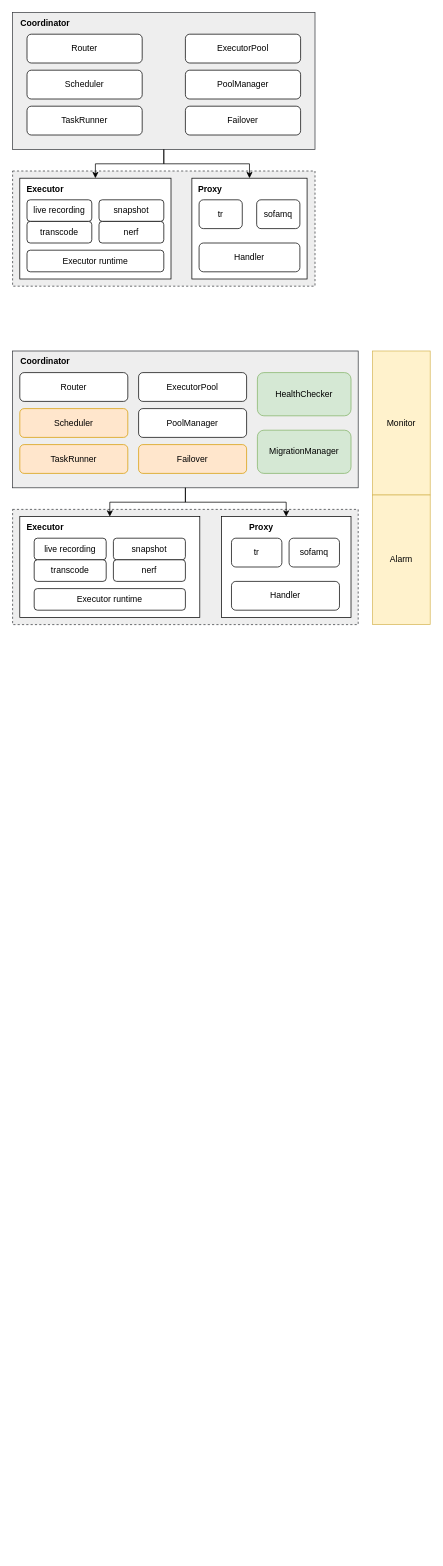
The draw.io diagram page "stream engine structure" (4 of 4) of graphs/streaming_engine_framework.drawio in zhongchun/daily, before the edit. Source tidied: cells renumbered, new cells numbered last; positions are measured from the earlier drawing's top-left corner, leaving out a move shared by most shapes. Both pictures are drawn from the tidied source at 72%, with x=0, y=0 at pixel (12, 12).
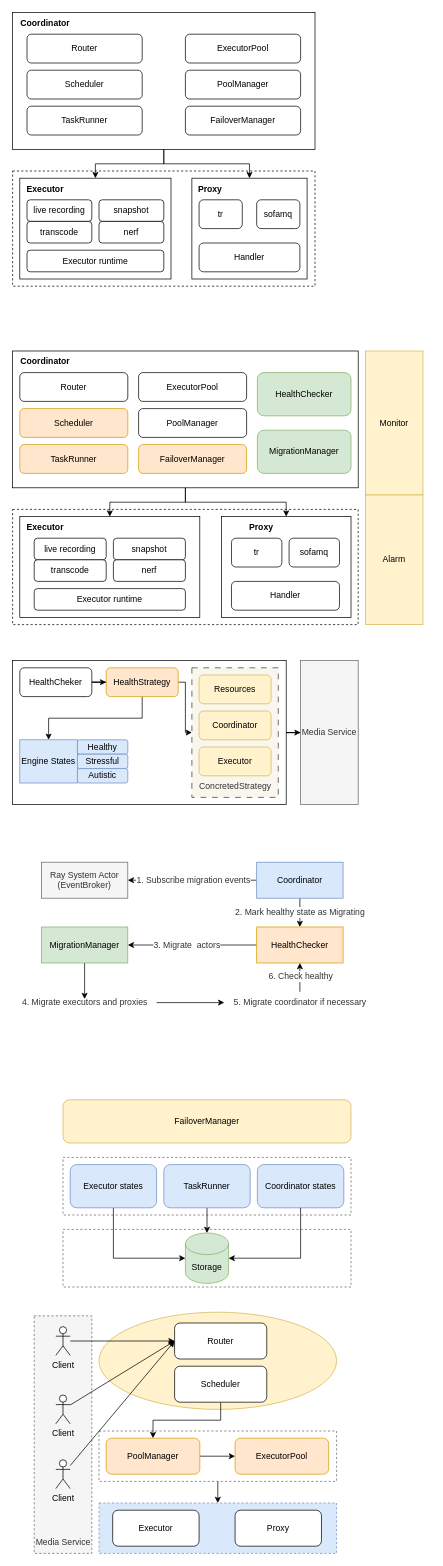
The same diagram, later.

What changed in the source:
```diff
@@
+    <mxCell id="52" style="rounded=0;whiteSpace=wrap;html=1;align=center;verticalAlign=middle;fontFamily=Helvetica;fontSize=12;fillColor=#f5f5f5;dashed=1;fontColor=#333333;strokeColor=#666666;" parent="1" vertex="1">
+      <mxGeometry x="30" y="1810" width="80" height="330" as="geometry" />
+    </mxCell>
+    <mxCell id="53" style="rounded=0;jettySize=auto;html=1;fontFamily=Helvetica;fontSize=12;fontColor=#333333;entryX=0.5;entryY=0;entryDx=0;entryDy=0;" parent="1" edge="1" source="54" target="55">
+      <mxGeometry relative="1" as="geometry" />
+    </mxCell>
+    <mxCell id="54" style="rounded=0;whiteSpace=wrap;html=1;strokeColor=#666666;align=center;verticalAlign=middle;fontFamily=Helvetica;fontSize=12;fontColor=#333333;fillColor=none;dashed=1;" parent="1" vertex="1">
+      <mxGeometry x="120" y="1970" width="330" height="70" as="geometry" />
+    </mxCell>
+    <mxCell id="55" style="rounded=0;whiteSpace=wrap;html=1;strokeColor=#6c8ebf;align=center;verticalAlign=middle;fontFamily=Helvetica;fontSize=12;fillColor=#dae8fc;dashed=1;" parent="1" vertex="1">
+      <mxGeometry x="120" y="2070" width="330" height="70" as="geometry" />
+    </mxCell>
+    <mxCell id="56" style="ellipse;whiteSpace=wrap;html=1;rounded=0;align=center;verticalAlign=middle;fontFamily=Helvetica;fontSize=12;fillColor=#fff2cc;strokeColor=#d6b656;" parent="1" vertex="1">
+      <mxGeometry x="120" y="1805" width="330" height="135" as="geometry" />
+    </mxCell>
+    <mxCell id="57" style="rounded=0;whiteSpace=wrap;html=1;strokeColor=#666666;align=center;verticalAlign=middle;fontFamily=Helvetica;fontSize=12;fontColor=#333333;fillColor=none;dashed=1;" parent="1" vertex="1">
+      <mxGeometry x="70" y="1590" width="400" height="80" as="geometry" />
+    </mxCell>
+    <mxCell id="58" style="rounded=0;whiteSpace=wrap;html=1;strokeColor=#666666;align=center;verticalAlign=middle;fontFamily=Helvetica;fontSize=12;fontColor=#333333;fillColor=none;dashed=1;" parent="1" vertex="1">
+      <mxGeometry x="70" y="1690" width="400" height="80" as="geometry" />
+    </mxCell>
+    <mxCell id="59" style="edgeStyle=orthogonalEdgeStyle;rounded=0;jettySize=auto;html=1;fontFamily=Helvetica;fontSize=12;fontColor=#333333;" parent="1" edge="1" source="60" target="75">
+      <mxGeometry relative="1" as="geometry" />
+    </mxCell>
+    <mxCell id="60" style="rounded=0;whiteSpace=wrap;html=1;align=center;verticalAlign=middle;fontFamily=Helvetica;fontSize=12;fillColor=none;" parent="1" vertex="1">
+      <mxGeometry y="900" width="380" height="200" as="geometry" />
+    </mxCell>
+    <mxCell id="61" style="rounded=0;whiteSpace=wrap;html=1;align=center;verticalAlign=middle;fontFamily=Helvetica;fontSize=12;fillColor=#f9f7ed;dashed=1;dashPattern=8 8;strokeColor=#36393d;" parent="1" vertex="1">
+      <mxGeometry x="249" y="910" width="120" height="180" as="geometry" />
+    </mxCell>
-    <mxCell id="2" style="rounded=0;whiteSpace=wrap;html=1;align=center;verticalAlign=middle;fontFamily=Helvetica;fontSize=12;dashed=1;fillColor=#eeeeee;strokeColor=#36393d;" parent="1" vertex="1">
+    <mxCell id="2" style="rounded=0;whiteSpace=wrap;html=1;align=center;verticalAlign=middle;fontFamily=Helvetica;fontSize=12;dashed=1;" parent="1" vertex="1">
       <mxGeometry y="690" width="480" height="160" as="geometry" />
     </mxCell>
-    <mxCell id="3" style="rounded=0;whiteSpace=wrap;html=1;align=center;verticalAlign=middle;fontFamily=Helvetica;fontSize=12;dashed=1;fillColor=#eeeeee;strokeColor=#36393d;" parent="1" vertex="1">
+    <mxCell id="3" style="rounded=0;whiteSpace=wrap;html=1;align=center;verticalAlign=middle;fontFamily=Helvetica;fontSize=12;dashed=1;" parent="1" vertex="1">
       <mxGeometry y="220" width="420" height="160" as="geometry" />
     </mxCell>
@@
-    <mxCell id="6" style="rounded=0;whiteSpace=wrap;html=1;fillColor=#eeeeee;strokeColor=#36393d;" parent="1" vertex="1">
+    <mxCell id="6" style="rounded=0;whiteSpace=wrap;html=1;" parent="1" vertex="1">
       <mxGeometry width="420" height="190" as="geometry" />
     </mxCell>
@@
-    <mxCell id="25" value="Failover" style="rounded=1;whiteSpace=wrap;html=1;" parent="1" vertex="1">
+    <mxCell id="25" value="FailoverManager" style="rounded=1;whiteSpace=wrap;html=1;" parent="1" vertex="1">
       <mxGeometry x="240" y="130" width="160" height="40" as="geometry" />
     </mxCell>
@@
-    <mxCell id="28" style="rounded=0;whiteSpace=wrap;html=1;fillColor=#eeeeee;strokeColor=#36393d;" parent="1" vertex="1">
+    <mxCell id="28" style="rounded=0;whiteSpace=wrap;html=1;" parent="1" vertex="1">
       <mxGeometry y="470" width="480" height="190" as="geometry" />
     </mxCell>
@@
-    <mxCell id="49" value="Failover" style="rounded=1;whiteSpace=wrap;html=1;fillColor=#ffe6cc;strokeColor=#d79b00;" parent="1" vertex="1">
+    <mxCell id="49" value="FailoverManager" style="rounded=1;whiteSpace=wrap;html=1;fillColor=#ffe6cc;strokeColor=#d79b00;" parent="1" vertex="1">
       <mxGeometry x="175" y="600" width="150" height="40" as="geometry" />
     </mxCell>
     <mxCell id="50" value="Monitor" style="rounded=0;whiteSpace=wrap;html=1;fillColor=#fff2cc;strokeColor=#d6b656;" parent="1" vertex="1">
-      <mxGeometry x="500" y="470" width="80" height="200" as="geometry" />
+      <mxGeometry x="490" y="470" width="80" height="200" as="geometry" />
     </mxCell>
     <mxCell id="51" value="Alarm" style="rounded=0;whiteSpace=wrap;html=1;fillColor=#fff2cc;strokeColor=#d6b656;" parent="1" vertex="1">
-      <mxGeometry x="500" y="670" width="80" height="180" as="geometry" />
+      <mxGeometry x="490" y="670" width="80" height="180" as="geometry" />
     </mxCell>
+    <mxCell id="62" value="Engine States" style="rounded=0;whiteSpace=wrap;html=1;align=center;verticalAlign=middle;fontFamily=Helvetica;fontSize=12;fillColor=#dae8fc;strokeColor=#6c8ebf;" parent="1" vertex="1">
+      <mxGeometry x="10" y="1010" width="80" height="60" as="geometry" />
+    </mxCell>
+    <mxCell id="63" style="edgeStyle=orthogonalEdgeStyle;rounded=0;jettySize=auto;html=1;fontFamily=Helvetica;fontSize=12;fontColor=#333333;" parent="1" edge="1" source="64" target="73">
+      <mxGeometry relative="1" as="geometry" />
+    </mxCell>
+    <mxCell id="64" value="HealthCheker" style="rounded=1;whiteSpace=wrap;html=1;align=center;verticalAlign=middle;fontFamily=Helvetica;fontSize=12;fillColor=default;" parent="1" vertex="1">
+      <mxGeometry x="10" y="910" width="100" height="40" as="geometry" />
+    </mxCell>
+    <mxCell id="65" value="Resources" style="rounded=1;whiteSpace=wrap;html=1;align=center;verticalAlign=middle;fontFamily=Helvetica;fontSize=12;fillColor=#fff2cc;strokeColor=#d6b656;" parent="1" vertex="1">
+      <mxGeometry x="259" y="920" width="100" height="40" as="geometry" />
+    </mxCell>
+    <mxCell id="66" value="Healthy" style="rounded=1;whiteSpace=wrap;html=1;align=center;verticalAlign=middle;fontFamily=Helvetica;fontSize=12;fillColor=#dae8fc;strokeColor=#6c8ebf;" parent="1" vertex="1">
+      <mxGeometry x="90" y="1010" width="70" height="20" as="geometry" />
+    </mxCell>
+    <mxCell id="67" value="Stressful" style="rounded=1;whiteSpace=wrap;html=1;align=center;verticalAlign=middle;fontFamily=Helvetica;fontSize=12;fillColor=#dae8fc;strokeColor=#6c8ebf;" parent="1" vertex="1">
+      <mxGeometry x="90" y="1030" width="70" height="20" as="geometry" />
+    </mxCell>
+    <mxCell id="68" value="Autistic" style="rounded=1;whiteSpace=wrap;html=1;align=center;verticalAlign=middle;fontFamily=Helvetica;fontSize=12;fillColor=#dae8fc;strokeColor=#6c8ebf;" parent="1" vertex="1">
+      <mxGeometry x="90" y="1050" width="70" height="20" as="geometry" />
+    </mxCell>
+    <mxCell id="69" value="Coordinator" style="rounded=1;whiteSpace=wrap;html=1;align=center;verticalAlign=middle;fontFamily=Helvetica;fontSize=12;fillColor=#fff2cc;strokeColor=#d6b656;" parent="1" vertex="1">
+      <mxGeometry x="259" y="970" width="100" height="40" as="geometry" />
+    </mxCell>
+    <mxCell id="70" value="Executor" style="rounded=1;whiteSpace=wrap;html=1;align=center;verticalAlign=middle;fontFamily=Helvetica;fontSize=12;fillColor=#fff2cc;strokeColor=#d6b656;" parent="1" vertex="1">
+      <mxGeometry x="259" y="1020" width="100" height="40" as="geometry" />
+    </mxCell>
+    <mxCell id="71" style="rounded=0;jettySize=auto;html=1;fontFamily=Helvetica;fontSize=12;fontColor=#333333;entryX=0;entryY=0.5;entryDx=0;entryDy=0;edgeStyle=elbowEdgeStyle;" parent="1" edge="1" source="73" target="61">
+      <mxGeometry relative="1" as="geometry" />
+    </mxCell>
+    <mxCell id="72" style="rounded=0;jettySize=auto;html=1;fontFamily=Helvetica;fontSize=12;fontColor=#333333;entryX=0.5;entryY=0;entryDx=0;entryDy=0;exitX=0.5;exitY=1;exitDx=0;exitDy=0;edgeStyle=orthogonalEdgeStyle;" parent="1" edge="1" source="73" target="62">
+      <mxGeometry relative="1" as="geometry" />
+    </mxCell>
+    <mxCell id="73" value="HealthStrategy" style="rounded=1;whiteSpace=wrap;html=1;align=center;verticalAlign=middle;fontFamily=Helvetica;fontSize=12;fillColor=#ffe6cc;strokeColor=#d79b00;" parent="1" vertex="1">
+      <mxGeometry x="130" y="910" width="100" height="40" as="geometry" />
+    </mxCell>
+    <mxCell id="74" value="ConcretedStrategy" style="text;html=1;align=center;verticalAlign=middle;strokeColor=none;fillColor=none;fontSize=12;fontFamily=Helvetica;fontColor=#333333;" parent="1" vertex="1">
+      <mxGeometry x="249" y="1060" width="120" height="30" as="geometry" />
+    </mxCell>
+    <mxCell id="75" value="Media Service" style="rounded=0;whiteSpace=wrap;html=1;strokeColor=#666666;align=center;verticalAlign=middle;fontFamily=Helvetica;fontSize=12;fontColor=#333333;fillColor=#f5f5f5;" parent="1" vertex="1">
+      <mxGeometry x="400" y="900" width="80" height="200" as="geometry" />
+    </mxCell>
+    <mxCell id="76" style="edgeStyle=orthogonalEdgeStyle;rounded=0;jettySize=auto;html=1;fontFamily=Helvetica;fontSize=12;fontColor=#333333;endArrow=none;endFill=0;startArrow=classic;startFill=1;" parent="1" edge="1" source="78" target="80">
+      <mxGeometry relative="1" as="geometry" />
+    </mxCell>
+    <mxCell id="77" value="1. Subscribe migration events" style="edgeLabel;html=1;align=center;verticalAlign=middle;fontSize=12;fontFamily=Helvetica;fontColor=#333333;" parent="76" vertex="1">
+      <mxGeometry x="-0.34" y="-1" relative="1" as="geometry">
+        <mxPoint x="31" y="-2" as="offset" />
+      </mxGeometry>
+    </mxCell>
+    <mxCell id="78" value="Ray System Actor&lt;br&gt;(EventBroker)" style="rounded=0;whiteSpace=wrap;html=1;strokeColor=#666666;align=center;verticalAlign=middle;fontFamily=Helvetica;fontSize=12;fontColor=#333333;fillColor=#f5f5f5;" parent="1" vertex="1">
+      <mxGeometry x="40" y="1180" width="120" height="50" as="geometry" />
+    </mxCell>
+    <mxCell id="79" value="2. Mark healthy state as Migrating" style="edgeStyle=orthogonalEdgeStyle;rounded=0;jettySize=auto;html=1;fontFamily=Helvetica;fontSize=12;fontColor=#333333;" parent="1" edge="1" source="80" target="83">
+      <mxGeometry relative="1" as="geometry" />
+    </mxCell>
+    <mxCell id="80" value="Coordinator" style="rounded=0;whiteSpace=wrap;html=1;strokeColor=#6c8ebf;align=center;verticalAlign=middle;fontFamily=Helvetica;fontSize=12;fillColor=#dae8fc;" parent="1" vertex="1">
+      <mxGeometry x="339" y="1180" width="120" height="50" as="geometry" />
+    </mxCell>
+    <mxCell id="81" style="edgeStyle=orthogonalEdgeStyle;rounded=0;jettySize=auto;html=1;fontFamily=Helvetica;fontSize=12;fontColor=#333333;" parent="1" edge="1" source="83" target="85">
+      <mxGeometry relative="1" as="geometry" />
+    </mxCell>
+    <mxCell id="82" value="3. Migrate&amp;nbsp; actors" style="edgeLabel;html=1;align=center;verticalAlign=middle;fontSize=12;fontFamily=Helvetica;fontColor=#333333;" parent="81" vertex="1">
+      <mxGeometry x="0.41" relative="1" as="geometry">
+        <mxPoint x="28" as="offset" />
+      </mxGeometry>
+    </mxCell>
+    <mxCell id="83" value="HealthChecker" style="rounded=0;whiteSpace=wrap;html=1;strokeColor=#d79b00;align=center;verticalAlign=middle;fontFamily=Helvetica;fontSize=12;fillColor=#ffe6cc;" parent="1" vertex="1">
+      <mxGeometry x="339" y="1270" width="120" height="50" as="geometry" />
+    </mxCell>
+    <mxCell id="84" style="edgeStyle=orthogonalEdgeStyle;rounded=0;jettySize=auto;html=1;fontFamily=Helvetica;fontSize=12;fontColor=#333333;" parent="1" edge="1" source="85">
+      <mxGeometry relative="1" as="geometry">
+        <mxPoint x="100" y="1370" as="targetPoint" />
+      </mxGeometry>
+    </mxCell>
+    <mxCell id="85" value="MigrationManager" style="rounded=0;whiteSpace=wrap;html=1;strokeColor=#82b366;align=center;verticalAlign=middle;fontFamily=Helvetica;fontSize=12;fillColor=#d5e8d4;" parent="1" vertex="1">
+      <mxGeometry x="40" y="1270" width="120" height="50" as="geometry" />
+    </mxCell>
+    <mxCell id="86" style="edgeStyle=orthogonalEdgeStyle;rounded=0;jettySize=auto;html=1;fontFamily=Helvetica;fontSize=12;fontColor=#333333;" parent="1" edge="1" source="87" target="90">
+      <mxGeometry relative="1" as="geometry" />
+    </mxCell>
+    <mxCell id="87" value="4. Migrate executors and proxies" style="text;html=1;align=center;verticalAlign=middle;points=[];strokeColor=none;fillColor=none;fontSize=12;fontFamily=Helvetica;fontColor=#333333;" parent="1" vertex="1">
+      <mxGeometry y="1360" width="200" height="30" as="geometry" />
+    </mxCell>
+    <mxCell id="88" style="edgeStyle=orthogonalEdgeStyle;rounded=0;jettySize=auto;html=1;fontFamily=Helvetica;fontSize=12;fontColor=#333333;" parent="1" edge="1" source="90" target="83">
+      <mxGeometry relative="1" as="geometry" />
+    </mxCell>
+    <mxCell id="89" value="6. Check healthy" style="edgeLabel;html=1;align=center;verticalAlign=middle;fontSize=12;fontFamily=Helvetica;fontColor=#333333;" parent="88" vertex="1">
+      <mxGeometry x="0.08" relative="1" as="geometry" />
+    </mxCell>
+    <mxCell id="90" value="5. Migrate coordinator if necessary" style="text;html=1;align=center;verticalAlign=middle;points=[];strokeColor=none;fillColor=none;fontSize=12;fontFamily=Helvetica;fontColor=#333333;" parent="1" vertex="1">
+      <mxGeometry x="294" y="1360" width="210" height="30" as="geometry" />
+    </mxCell>
+    <mxCell id="91" value="FailoverManager" style="rounded=1;whiteSpace=wrap;html=1;fillColor=#fff2cc;strokeColor=#d6b656;" parent="1" vertex="1">
+      <mxGeometry x="70" y="1510" width="400" height="60" as="geometry" />
+    </mxCell>
+    <mxCell id="92" style="edgeStyle=orthogonalEdgeStyle;rounded=0;jettySize=auto;html=1;fontFamily=Helvetica;fontSize=12;fontColor=#333333;entryX=0;entryY=0.5;entryDx=0;entryDy=0;entryPerimeter=0;exitX=0.5;exitY=1;exitDx=0;exitDy=0;" parent="1" edge="1" source="93" target="94">
+      <mxGeometry relative="1" as="geometry" />
+    </mxCell>
+    <mxCell id="93" value="Executor states" style="rounded=1;whiteSpace=wrap;html=1;fillColor=#dae8fc;strokeColor=#6c8ebf;" parent="1" vertex="1">
+      <mxGeometry x="80" y="1600" width="120" height="60" as="geometry" />
+    </mxCell>
+    <mxCell id="94" value="Storage" style="shape=cylinder3;whiteSpace=wrap;html=1;boundedLbl=1;backgroundOutline=1;size=15;rounded=0;strokeColor=#82b366;align=center;verticalAlign=middle;fontFamily=Helvetica;fontSize=12;fillColor=#d5e8d4;" parent="1" vertex="1">
+      <mxGeometry x="240" y="1695" width="60" height="70" as="geometry" />
+    </mxCell>
+    <mxCell id="95" style="rounded=0;jettySize=auto;html=1;fontFamily=Helvetica;fontSize=12;fontColor=#333333;entryX=0.5;entryY=0;entryDx=0;entryDy=0;entryPerimeter=0;" parent="1" edge="1" source="96" target="94">
+      <mxGeometry relative="1" as="geometry" />
+    </mxCell>
+    <mxCell id="96" value="TaskRunner" style="rounded=1;whiteSpace=wrap;html=1;fillColor=#dae8fc;strokeColor=#6c8ebf;" parent="1" vertex="1">
+      <mxGeometry x="210" y="1600" width="120" height="60" as="geometry" />
+    </mxCell>
+    <mxCell id="97" value="Coordinator states" style="rounded=1;whiteSpace=wrap;html=1;fillColor=#dae8fc;strokeColor=#6c8ebf;" parent="1" vertex="1">
+      <mxGeometry x="340" y="1600" width="120" height="60" as="geometry" />
+    </mxCell>
+    <mxCell id="98" style="rounded=0;jettySize=auto;html=1;fontFamily=Helvetica;fontSize=12;fontColor=#333333;exitX=0.5;exitY=1;exitDx=0;exitDy=0;entryX=1;entryY=0.5;entryDx=0;entryDy=0;entryPerimeter=0;edgeStyle=orthogonalEdgeStyle;" parent="1" edge="1" source="97" target="94">
+      <mxGeometry relative="1" as="geometry" />
+    </mxCell>
+    <mxCell id="99" style="edgeStyle=orthogonalEdgeStyle;rounded=0;jettySize=auto;html=1;fontFamily=Helvetica;fontSize=12;fontColor=#333333;entryX=0;entryY=0.5;entryDx=0;entryDy=0;" parent="1" edge="1" source="100" target="103">
+      <mxGeometry relative="1" as="geometry" />
+    </mxCell>
+    <mxCell id="100" value="Client" style="shape=umlActor;verticalLabelPosition=bottom;verticalAlign=top;html=1;outlineConnect=0;rounded=0;align=center;fontFamily=Helvetica;fontSize=12;" parent="1" vertex="1">
+      <mxGeometry x="60" y="1825" width="20" height="40" as="geometry" />
+    </mxCell>
+    <mxCell id="101" style="edgeStyle=orthogonalEdgeStyle;rounded=0;jettySize=auto;html=1;fontFamily=Helvetica;fontSize=12;fontColor=#333333;" parent="1" edge="1" source="102" target="105">
+      <mxGeometry relative="1" as="geometry" />
+    </mxCell>
+    <mxCell id="102" value="Scheduler" style="rounded=1;whiteSpace=wrap;html=1;align=center;verticalAlign=middle;fontFamily=Helvetica;fontSize=12;" parent="1" vertex="1">
+      <mxGeometry x="225" y="1880" width="128" height="50" as="geometry" />
+    </mxCell>
+    <mxCell id="103" value="Router" style="rounded=1;whiteSpace=wrap;html=1;align=center;verticalAlign=middle;fontFamily=Helvetica;fontSize=12;" parent="1" vertex="1">
+      <mxGeometry x="225" y="1820" width="128" height="50" as="geometry" />
+    </mxCell>
+    <mxCell id="104" style="edgeStyle=orthogonalEdgeStyle;rounded=0;jettySize=auto;html=1;fontFamily=Helvetica;fontSize=12;fontColor=#333333;" parent="1" edge="1" source="105" target="106">
+      <mxGeometry relative="1" as="geometry" />
+    </mxCell>
+    <mxCell id="105" value="PoolManager" style="rounded=1;whiteSpace=wrap;html=1;align=center;verticalAlign=middle;fontFamily=Helvetica;fontSize=12;fillColor=#ffe6cc;strokeColor=#d79b00;" parent="1" vertex="1">
+      <mxGeometry x="130" y="1980" width="130" height="50" as="geometry" />
+    </mxCell>
+    <mxCell id="106" value="ExecutorPool" style="rounded=1;whiteSpace=wrap;html=1;align=center;verticalAlign=middle;fontFamily=Helvetica;fontSize=12;fillColor=#ffe6cc;strokeColor=#d79b00;" parent="1" vertex="1">
+      <mxGeometry x="309" y="1980" width="130" height="50" as="geometry" />
+    </mxCell>
+    <mxCell id="107" value="Executor" style="rounded=1;whiteSpace=wrap;html=1;align=center;verticalAlign=middle;fontFamily=Helvetica;fontSize=12;" parent="1" vertex="1">
+      <mxGeometry x="139" y="2080" width="120" height="50" as="geometry" />
+    </mxCell>
+    <mxCell id="108" value="Proxy" style="rounded=1;whiteSpace=wrap;html=1;align=center;verticalAlign=middle;fontFamily=Helvetica;fontSize=12;" parent="1" vertex="1">
+      <mxGeometry x="309" y="2080" width="120" height="50" as="geometry" />
+    </mxCell>
+    <mxCell id="109" style="rounded=0;jettySize=auto;html=1;fontFamily=Helvetica;fontSize=12;fontColor=#333333;entryX=0;entryY=0.5;entryDx=0;entryDy=0;" parent="1" edge="1" source="110" target="103">
+      <mxGeometry relative="1" as="geometry" />
+    </mxCell>
+    <mxCell id="110" value="Client" style="shape=umlActor;verticalLabelPosition=bottom;verticalAlign=top;html=1;outlineConnect=0;rounded=0;align=center;fontFamily=Helvetica;fontSize=12;" parent="1" vertex="1">
+      <mxGeometry x="60" y="1920" width="20" height="40" as="geometry" />
+    </mxCell>
+    <mxCell id="111" style="rounded=0;jettySize=auto;html=1;fontFamily=Helvetica;fontSize=12;fontColor=#333333;entryX=0;entryY=0.5;entryDx=0;entryDy=0;" parent="1" edge="1" source="112" target="103">
+      <mxGeometry relative="1" as="geometry" />
+    </mxCell>
+    <mxCell id="112" value="Client" style="shape=umlActor;verticalLabelPosition=bottom;verticalAlign=top;html=1;outlineConnect=0;rounded=0;align=center;fontFamily=Helvetica;fontSize=12;" parent="1" vertex="1">
+      <mxGeometry x="60" y="2010" width="20" height="40" as="geometry" />
+    </mxCell>
+    <mxCell id="113" value="Media Service" style="text;html=1;align=center;verticalAlign=middle;strokeColor=none;fillColor=none;fontSize=12;fontFamily=Helvetica;fontColor=#333333;" parent="1" vertex="1">
+      <mxGeometry x="20" y="2110" width="100" height="30" as="geometry" />
+    </mxCell>
```
